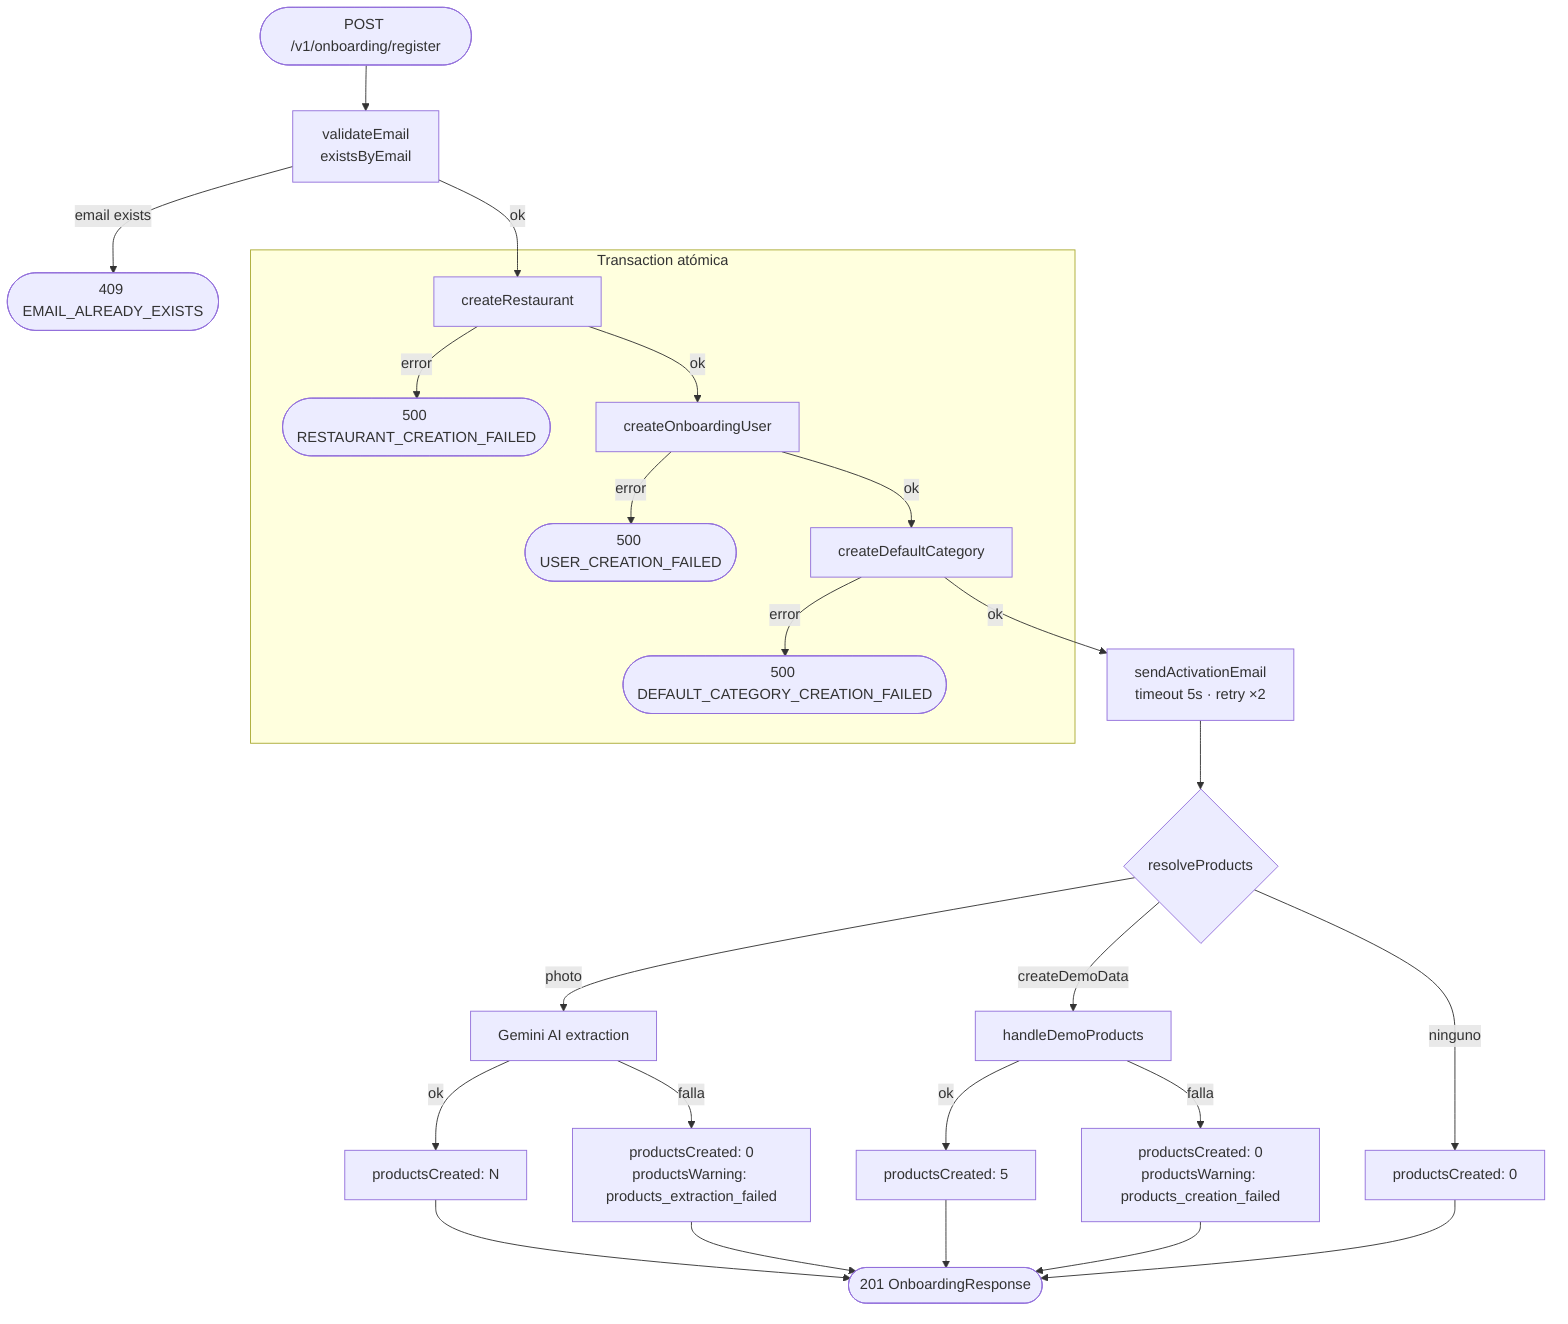
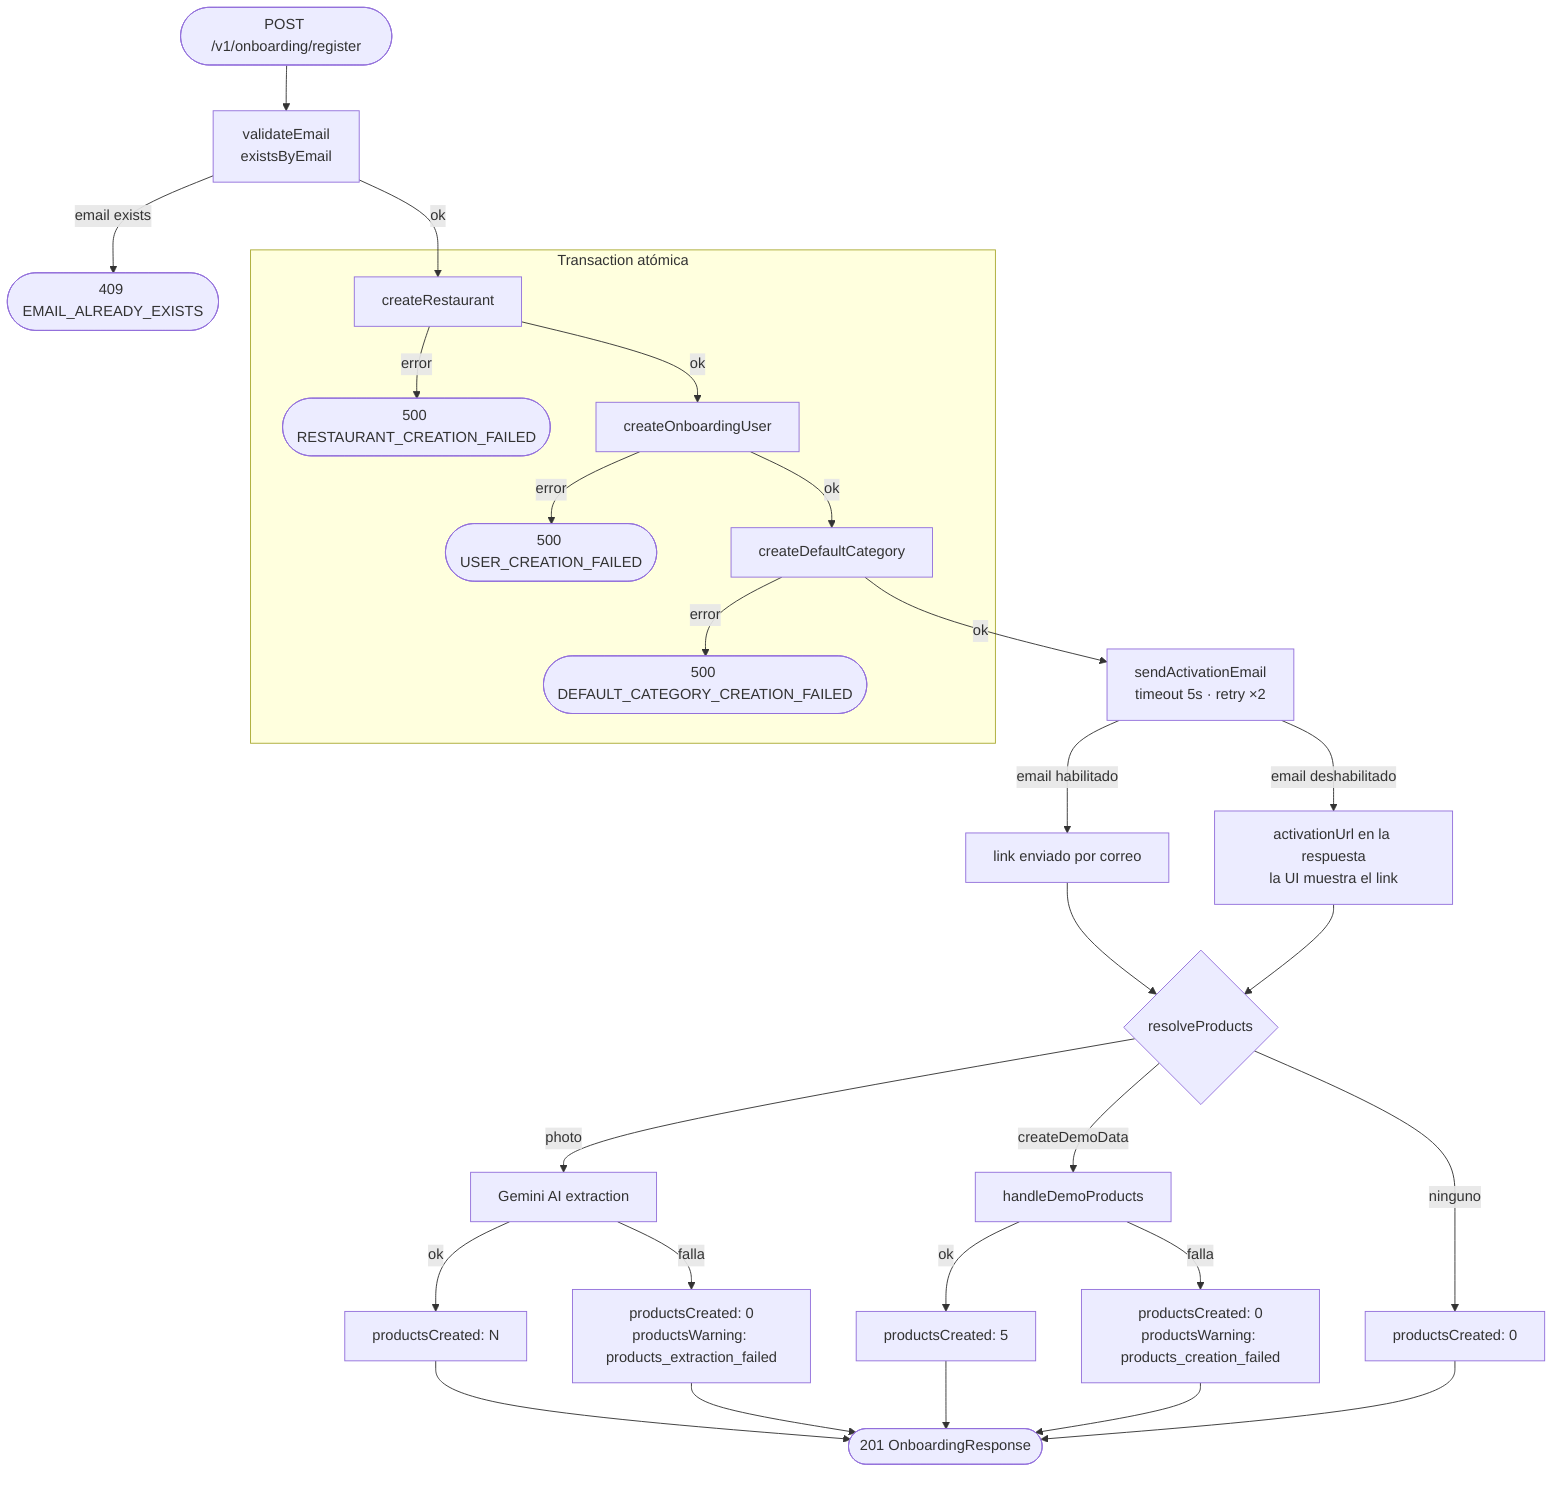
flowchart TD
    A([POST /v1/onboarding/register]) --> B[validateEmail\nexistsByEmail]

    B -->|email exists| ERR1([409 EMAIL_ALREADY_EXISTS])
    B -->|ok| C

    subgraph TX [Transaction atómica]
        C[createRestaurant] -->|error| ERR2([500 RESTAURANT_CREATION_FAILED])
        C -->|ok| D[createOnboardingUser]
        D -->|error| ERR3([500 USER_CREATION_FAILED])
        D -->|ok| E[createDefaultCategory]
        E -->|error| ERR4([500 DEFAULT_CATEGORY_CREATION_FAILED])
    end

    E -->|ok| F[sendActivationEmail\ntimeout 5s · retry ×2]
-     F --> G{resolveProducts}
+     F -->|email habilitado| F1[link enviado por correo]
+     F -->|email deshabilitado| F2[activationUrl en la respuesta\nla UI muestra el link]
+     F1 & F2 --> G{resolveProducts}

    G -->|photo| H[Gemini AI extraction]
    H -->|ok| I1[productsCreated: N]
    H -->|falla| W1[productsCreated: 0\nproductsWarning: products_extraction_failed]

    G -->|createDemoData| J[handleDemoProducts]
    J -->|ok| I2[productsCreated: 5]
    J -->|falla| W2[productsCreated: 0\nproductsWarning: products_creation_failed]

    G -->|ninguno| I3[productsCreated: 0]

    I1 & I2 & I3 & W1 & W2 --> Z([201 OnboardingResponse])
